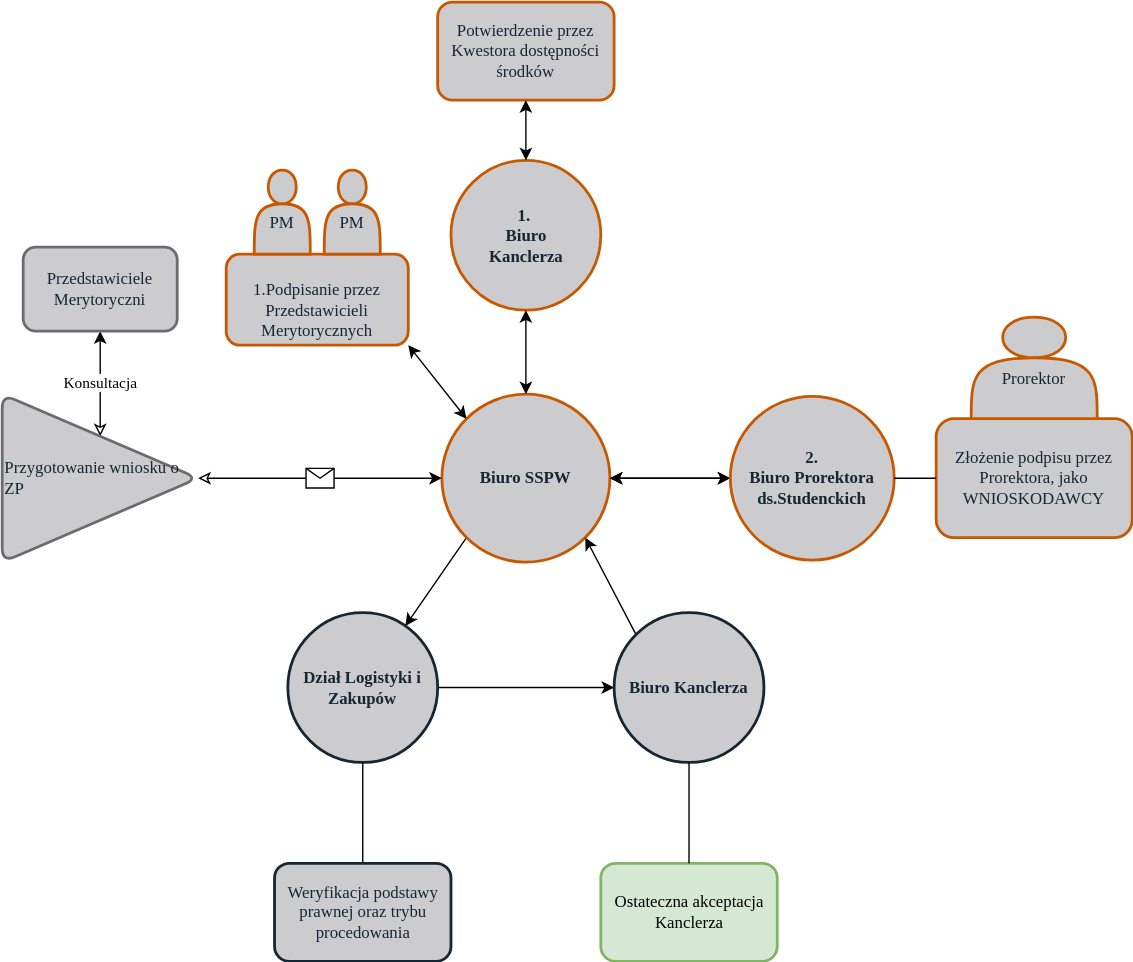
WelfareUnit/rysunki keeps this draw.io diagram as Rysunek ZP.svg. Above is the earlier version. Source tidied: cells renumbered, new cells last; positions are measured from the earlier drawing's top-left corner, leaving out a move shared by most shapes.
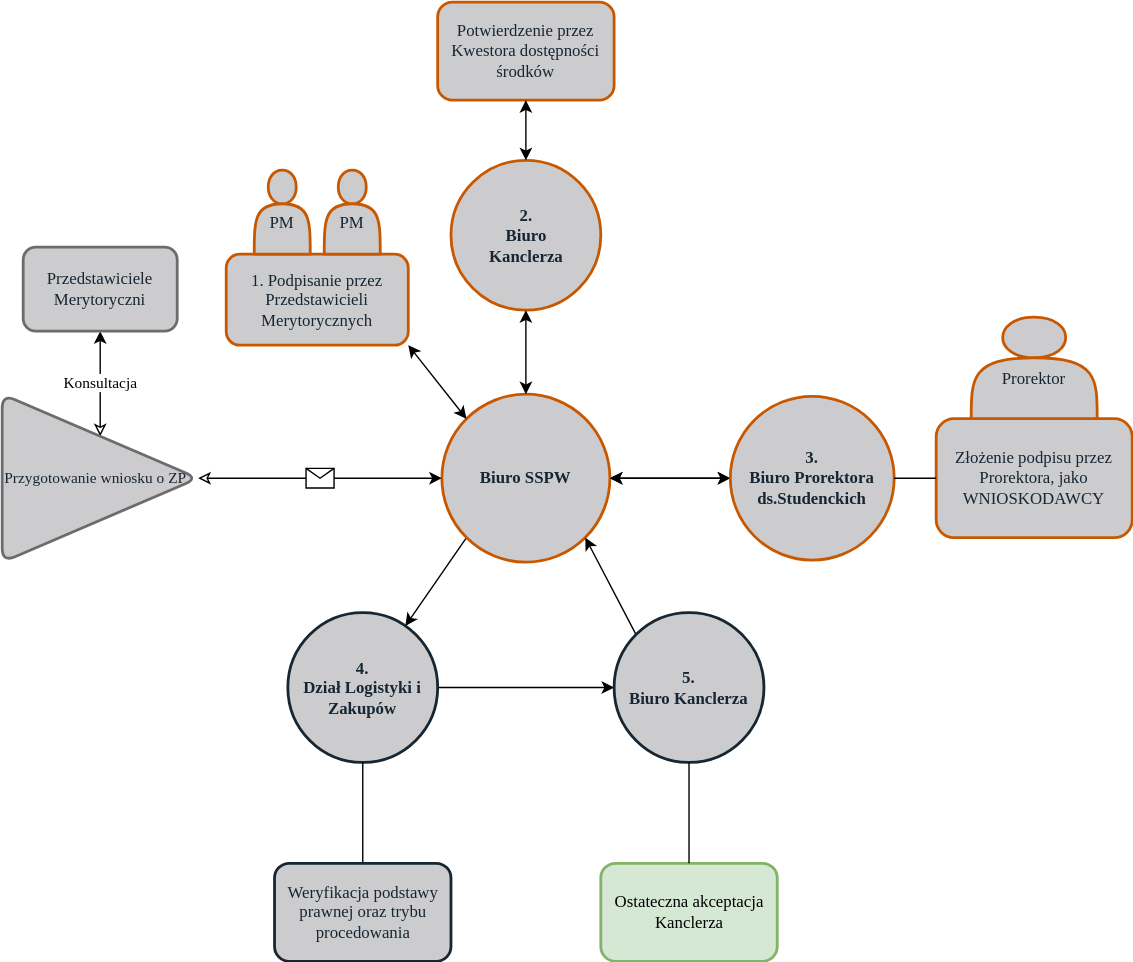
Later version of the same file.

Change to the diagram source:
```diff
@@ -5,7 +5,7 @@
     <mxCell id="2" value="&lt;div style=&quot;font-size: 11px;&quot;&gt;Konsultacja&lt;/div&gt;" style="edgeStyle=orthogonalEdgeStyle;rounded=0;jettySize=auto;html=1;exitX=0.5;exitY=0;exitDx=0;exitDy=0;entryX=0.5;entryY=1;entryDx=0;entryDy=0;fontFamily=Source Sans 3;startArrow=classic;startFill=0;fontSize=11;fontSource=https%3A%2F%2Ffonts.googleapis.com%2Fcss%3Ffamily%3DSource%2BSans%2B3;" parent="1" edge="1" source="3" target="7">
       <mxGeometry relative="1" as="geometry" />
     </mxCell>
-    <mxCell id="3" value="Przygotowanie wniosku o ZP" style="triangle;whiteSpace=wrap;html=1;fontFamily=Source Sans 3;align=left;strokeWidth=2;rounded=1;fillColor=#cccccf;strokeColor=#6C6C6C;fontColor=#162632;fontSource=https%3A%2F%2Ffonts.googleapis.com%2Fcss%3Ffamily%3DSource%2BSans%2B3;" parent="1" vertex="1">
+    <mxCell id="3" value="Przygotowanie wniosku o ZP" style="triangle;whiteSpace=wrap;html=1;fontFamily=Source Sans 3;align=left;strokeWidth=2;rounded=1;fillColor=#cccccf;strokeColor=#6C6C6C;fontColor=#162632;fontSource=https%3A%2F%2Ffonts.googleapis.com%2Fcss%3Ffamily%3DSource%2BSans%2B3;fontSize=11;" parent="1" vertex="1">
       <mxGeometry y="280" width="140" height="120" as="geometry" />
     </mxCell>
     <mxCell id="4" style="edgeStyle=none;jettySize=auto;html=1;fontFamily=Source Sans 3;fontSize=12;fontColor=#162632;startArrow=classic;fontSource=https%3A%2F%2Ffonts.googleapis.com%2Fcss%3Ffamily%3DSource%2BSans%2B3;" parent="1" edge="1" source="6" target="17">
@@ -31,13 +31,13 @@
     <mxCell id="10" style="endArrow=classic;startArrow=classic;html=1;fontFamily=Source Sans 3;fontSize=12;fontColor=#162632;entryX=1;entryY=1;entryDx=0;entryDy=0;exitX=0;exitY=0;exitDx=0;exitDy=0;fontSource=https%3A%2F%2Ffonts.googleapis.com%2Fcss%3Ffamily%3DSource%2BSans%2B3;" parent="1" edge="1" source="6" target="11">
       <mxGeometry relative="1" as="geometry" />
     </mxCell>
-    <mxCell id="11" value="&lt;br&gt;1.Podpisanie przez Przedstawicieli Merytorycznych&lt;br&gt;" style="rounded=1;whiteSpace=wrap;html=1;fontFamily=Source Sans 3;fontSize=12;fontColor=#162632;strokeWidth=2;fillColor=#CCCCCF;align=center;strokeColor=#C85800;labelPosition=center;verticalLabelPosition=middle;verticalAlign=middle;fontSource=https%3A%2F%2Ffonts.googleapis.com%2Fcss%3Ffamily%3DSource%2BSans%2B3;" parent="1" vertex="1">
+    <mxCell id="11" value="1. Podpisanie przez Przedstawicieli Merytorycznych" style="rounded=1;whiteSpace=wrap;html=1;fontFamily=Source Sans 3;fontSize=12;fontColor=#162632;strokeWidth=2;fillColor=#CCCCCF;align=center;strokeColor=#C85800;labelPosition=center;verticalLabelPosition=middle;verticalAlign=middle;fontSource=https%3A%2F%2Ffonts.googleapis.com%2Fcss%3Ffamily%3DSource%2BSans%2B3;" parent="1" vertex="1">
       <mxGeometry x="160" y="180" width="130" height="65" as="geometry" />
     </mxCell>
     <mxCell id="12" style="endArrow=classic;startArrow=classic;html=1;fontFamily=Source Sans 3;fontSize=12;fontColor=#162632;entryX=1;entryY=0.5;entryDx=0;entryDy=0;exitX=0;exitY=0.5;exitDx=0;exitDy=0;fontSource=https%3A%2F%2Ffonts.googleapis.com%2Fcss%3Ffamily%3DSource%2BSans%2B3;" parent="1" edge="1" source="17" target="6">
       <mxGeometry relative="1" as="geometry" />
     </mxCell>
-    <mxCell id="13" value="&lt;div&gt;1.&amp;nbsp;&lt;/div&gt;&lt;div&gt;Biuro&lt;/div&gt;&lt;div&gt;Kanclerza&lt;/div&gt;" style="ellipse;whiteSpace=wrap;html=1;rounded=1;fontFamily=Source Sans 3;fontSize=12;fontColor=#162632;strokeColor=#C85800;strokeWidth=2;fillColor=#CCCCCF;align=center;fontStyle=1;fontSource=https%3A%2F%2Ffonts.googleapis.com%2Fcss%3Ffamily%3DSource%2BSans%2B3;" parent="1" vertex="1">
+    <mxCell id="13" value="&lt;div&gt;2. &lt;br&gt;&lt;/div&gt;&lt;div&gt;Biuro&lt;/div&gt;&lt;div&gt;Kanclerza&lt;/div&gt;" style="ellipse;whiteSpace=wrap;html=1;rounded=1;fontFamily=Source Sans 3;fontSize=12;fontColor=#162632;strokeColor=#C85800;strokeWidth=2;fillColor=#CCCCCF;align=center;fontStyle=1;fontSource=https%3A%2F%2Ffonts.googleapis.com%2Fcss%3Ffamily%3DSource%2BSans%2B3;" parent="1" vertex="1">
       <mxGeometry x="320.5" y="113" width="107" height="107" as="geometry" />
     </mxCell>
     <mxCell id="14" style="endArrow=classic;startArrow=classic;html=1;fontFamily=Source Sans 3;fontSize=12;fontColor=#162632;exitX=0.5;exitY=0;exitDx=0;exitDy=0;entryX=0.5;entryY=1;entryDx=0;entryDy=0;fontSource=https%3A%2F%2Ffonts.googleapis.com%2Fcss%3Ffamily%3DSource%2BSans%2B3;" parent="1" edge="1" source="6" target="13">
@@ -49,7 +49,7 @@
     <mxCell id="16" style="endArrow=classic;startArrow=classic;html=1;fontFamily=Source Sans 3;fontSize=12;fontColor=#162632;exitX=0.5;exitY=0;exitDx=0;exitDy=0;entryX=0.5;entryY=1;entryDx=0;entryDy=0;fontSource=https%3A%2F%2Ffonts.googleapis.com%2Fcss%3Ffamily%3DSource%2BSans%2B3;" parent="1" edge="1" source="13" target="15">
       <mxGeometry relative="1" as="geometry" />
     </mxCell>
-    <mxCell id="17" value="&lt;div&gt;2.&lt;/div&gt;&lt;div&gt;Biuro Prorektora ds.Studenckich&lt;/div&gt;" style="ellipse;whiteSpace=wrap;html=1;rounded=1;fontFamily=Source Sans 3;fontSize=12;fontColor=#162632;strokeColor=#C85800;strokeWidth=2;fillColor=#CCCCCF;align=center;fontStyle=1;fontSource=https%3A%2F%2Ffonts.googleapis.com%2Fcss%3Ffamily%3DSource%2BSans%2B3;" parent="1" vertex="1">
+    <mxCell id="17" value="&lt;div&gt;3.&lt;/div&gt;&lt;div&gt;Biuro Prorektora ds.Studenckich&lt;/div&gt;" style="ellipse;whiteSpace=wrap;html=1;rounded=1;fontFamily=Source Sans 3;fontSize=12;fontColor=#162632;strokeColor=#C85800;strokeWidth=2;fillColor=#CCCCCF;align=center;fontStyle=1;fontSource=https%3A%2F%2Ffonts.googleapis.com%2Fcss%3Ffamily%3DSource%2BSans%2B3;" parent="1" vertex="1">
       <mxGeometry x="520" y="281.5" width="117" height="117" as="geometry" />
     </mxCell>
     <mxCell id="18" value="Złożenie podpisu przez Prorektora, jako WNIOSKODAWCY" style="rounded=1;whiteSpace=wrap;html=1;fontFamily=Source Sans 3;fontSize=12;fontColor=#162632;strokeColor=#C85800;strokeWidth=2;fillColor=#CCCCCF;align=center;fontSource=https%3A%2F%2Ffonts.googleapis.com%2Fcss%3Ffamily%3DSource%2BSans%2B3;" parent="1" vertex="1">
@@ -64,13 +64,13 @@
     <mxCell id="21" style="edgeStyle=none;jettySize=auto;html=1;exitX=1;exitY=0.5;exitDx=0;exitDy=0;entryX=0;entryY=0.5;entryDx=0;entryDy=0;fontFamily=Source Sans 3;fontSize=12;fontColor=#162632;startArrow=none;startFill=0;fontSource=https%3A%2F%2Ffonts.googleapis.com%2Fcss%3Ffamily%3DSource%2BSans%2B3;" parent="1" edge="1" source="22" target="24">
       <mxGeometry relative="1" as="geometry" />
     </mxCell>
-    <mxCell id="22" value="Dział Logistyki i Zakupów" style="ellipse;whiteSpace=wrap;html=1;rounded=1;fontFamily=Source Sans 3;fontSize=12;fontColor=#162632;strokeWidth=2;fillColor=#CCCCCF;align=center;fontStyle=1;strokeColor=#162632;fontSource=https%3A%2F%2Ffonts.googleapis.com%2Fcss%3Ffamily%3DSource%2BSans%2B3;" parent="1" vertex="1">
+    <mxCell id="22" value="&lt;div&gt;4.&lt;/div&gt;&lt;div&gt;Dział Logistyki i Zakupów&lt;/div&gt;" style="ellipse;whiteSpace=wrap;html=1;rounded=1;fontFamily=Source Sans 3;fontSize=12;fontColor=#162632;strokeWidth=2;fillColor=#CCCCCF;align=center;fontStyle=1;strokeColor=#162632;fontSource=https%3A%2F%2Ffonts.googleapis.com%2Fcss%3Ffamily%3DSource%2BSans%2B3;" parent="1" vertex="1">
       <mxGeometry x="204" y="436" width="107" height="107" as="geometry" />
     </mxCell>
     <mxCell id="23" style="edgeStyle=none;jettySize=auto;html=1;exitX=0;exitY=0;exitDx=0;exitDy=0;entryX=1;entryY=1;entryDx=0;entryDy=0;fontFamily=Source Sans 3;fontSize=12;fontColor=#162632;startArrow=none;startFill=0;fontSource=https%3A%2F%2Ffonts.googleapis.com%2Fcss%3Ffamily%3DSource%2BSans%2B3;" parent="1" edge="1" source="24" target="6">
       <mxGeometry relative="1" as="geometry" />
     </mxCell>
-    <mxCell id="24" value="Biuro Kanclerza" style="ellipse;whiteSpace=wrap;html=1;rounded=1;fontFamily=Source Sans 3;fontSize=12;fontColor=#162632;strokeWidth=2;fillColor=#CCCCCF;align=center;fontStyle=1;strokeColor=#162632;fontSource=https%3A%2F%2Ffonts.googleapis.com%2Fcss%3Ffamily%3DSource%2BSans%2B3;" parent="1" vertex="1">
+    <mxCell id="24" value="&lt;div&gt;5.&lt;/div&gt;&lt;div&gt;Biuro Kanclerza&lt;/div&gt;" style="ellipse;whiteSpace=wrap;html=1;rounded=1;fontFamily=Source Sans 3;fontSize=12;fontColor=#162632;strokeWidth=2;fillColor=#CCCCCF;align=center;fontStyle=1;strokeColor=#162632;fontSource=https%3A%2F%2Ffonts.googleapis.com%2Fcss%3Ffamily%3DSource%2BSans%2B3;" parent="1" vertex="1">
       <mxGeometry x="437" y="436" width="107" height="107" as="geometry" />
     </mxCell>
     <mxCell id="25" value="&lt;div&gt;&lt;br&gt;&lt;/div&gt;&lt;div&gt;PM&lt;/div&gt;" style="shape=actor;whiteSpace=wrap;html=1;rounded=1;fontFamily=Source Sans 3;fontSize=12;fontColor=#162632;strokeColor=#C85800;strokeWidth=2;fillColor=#CCCCCF;align=center;fontSource=https%3A%2F%2Ffonts.googleapis.com%2Fcss%3Ffamily%3DSource%2BSans%2B3;" parent="1" vertex="1">
```
